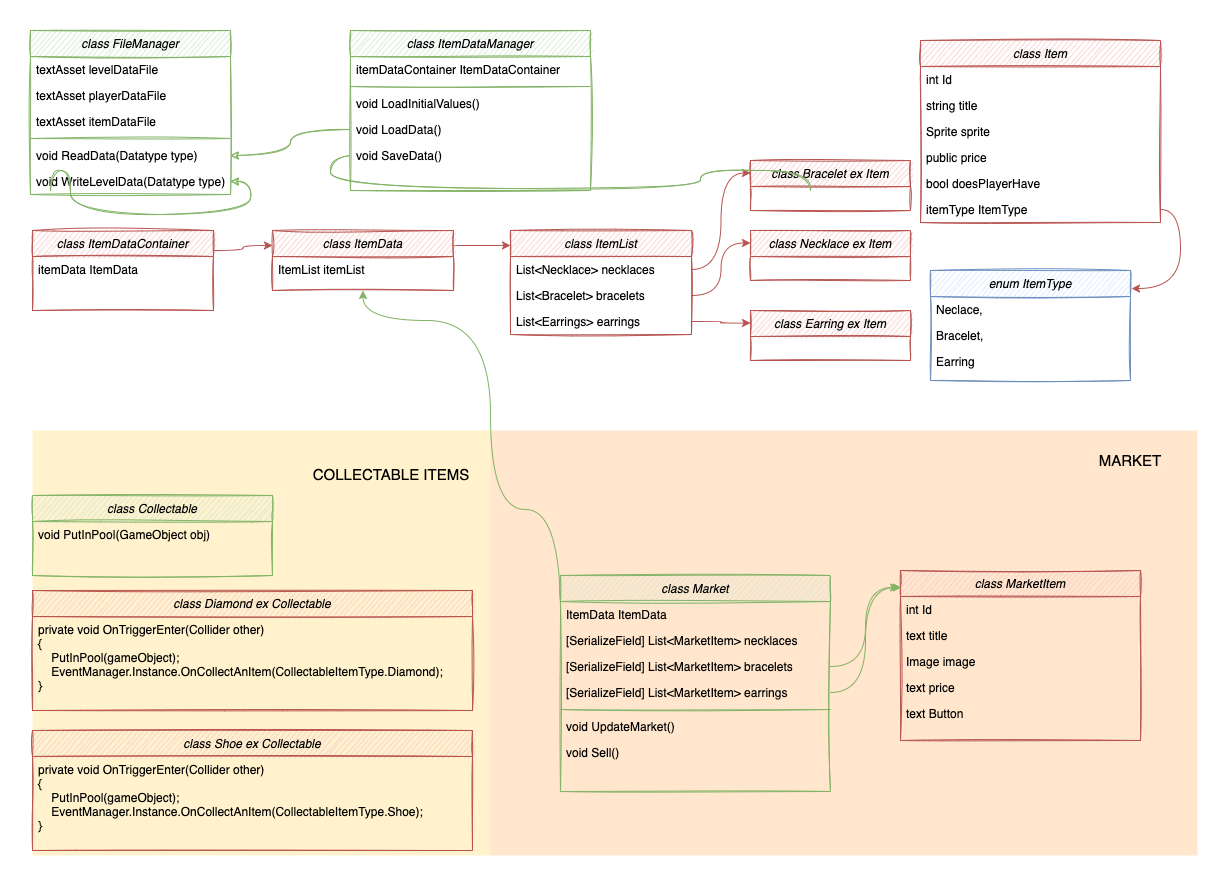
oktayturkdagli/high-heels keeps this draw.io diagram as Design Schemes/Items Design.png. Above is the earlier version. Source tidied: cells renumbered, new cells last; positions are measured from the earlier drawing's top-left corner, leaving out a move shared by most shapes.
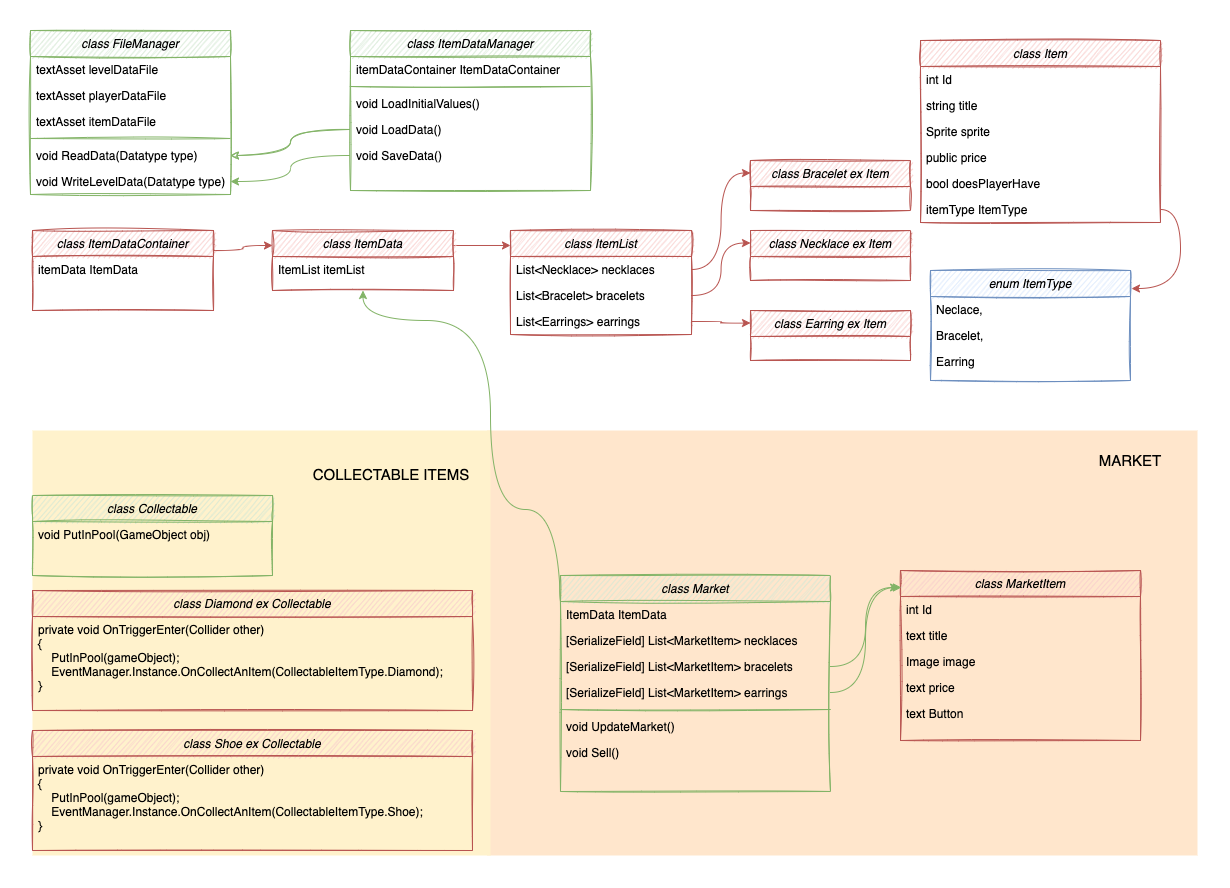
The same file after the commit.

Commit message:
chore(item-design-scheme): Item design scheme was updated.

Diff of the diagram source:
```diff
@@ -77,11 +77,6 @@
     <mxCell id="26" value="void SaveData()" style="text;align=left;verticalAlign=top;spacingLeft=4;spacingRight=4;overflow=hidden;points=[[0,0.5],[1,0.5]];portConstraint=eastwest;" parent="21" vertex="1">
       <mxGeometry y="112" width="240" height="26" as="geometry" />
     </mxCell>
-    <mxCell id="27" style="edgeStyle=orthogonalEdgeStyle;shape=connector;curved=1;rounded=1;sketch=1;jettySize=auto;html=1;exitX=0;exitY=0.5;exitDx=0;exitDy=0;entryX=1;entryY=0.5;entryDx=0;entryDy=0;labelBackgroundColor=default;fontFamily=Helvetica;fontSize=11;fontColor=default;endArrow=classic;strokeColor=#82b366;fillColor=#d5e8d4;startArrow=none;" parent="1" edge="1" target="10">
-      <mxGeometry relative="1" as="geometry">
-        <mxPoint x="20" y="160" as="sourcePoint" />
-      </mxGeometry>
-    </mxCell>
     <mxCell id="28" style="edgeStyle=orthogonalEdgeStyle;shape=connector;curved=1;rounded=1;sketch=1;jettySize=auto;html=1;exitX=0;exitY=0.5;exitDx=0;exitDy=0;entryX=1;entryY=0.5;entryDx=0;entryDy=0;labelBackgroundColor=default;fontFamily=Helvetica;fontSize=11;fontColor=default;endArrow=classic;strokeColor=#82b366;fillColor=#d5e8d4;" parent="1" edge="1" source="25" target="9">
       <mxGeometry relative="1" as="geometry" />
     </mxCell>
@@ -220,10 +215,8 @@
     <mxCell id="71" value="&lt;font style=&quot;font-size: 15px;&quot;&gt;MARKET&lt;/font&gt;" style="text;html=1;align=center;verticalAlign=middle;whiteSpace=wrap;rounded=0;fontFamily=Helvetica;fontSize=30;" parent="1" vertex="1">
       <mxGeometry x="1040" y="400" width="120" height="50" as="geometry" />
     </mxCell>
-    <mxCell id="72" style="edgeStyle=orthogonalEdgeStyle;shape=connector;curved=1;rounded=1;sketch=1;jettySize=auto;html=1;exitX=0;exitY=0.5;exitDx=0;exitDy=0;entryX=1;entryY=0.5;entryDx=0;entryDy=0;labelBackgroundColor=default;fontFamily=Helvetica;fontSize=11;fontColor=default;endArrow=none;strokeColor=#82b366;fillColor=#d5e8d4;" parent="1" edge="1" source="26">
-      <mxGeometry relative="1" as="geometry">
-        <mxPoint x="780" y="160" as="targetPoint" />
-      </mxGeometry>
-    </mxCell>
+    <mxCell id="73" style="edgeStyle=orthogonalEdgeStyle;jettySize=auto;html=1;exitX=0;exitY=0.5;exitDx=0;exitDy=0;entryX=1;entryY=0.5;entryDx=0;entryDy=0;fillColor=#d5e8d4;strokeColor=#82b366;curved=1;" parent="1" edge="1" source="26" target="10">
+      <mxGeometry relative="1" as="geometry" />
+    </mxCell>
   </root>
 </mxGraphModel>
```
